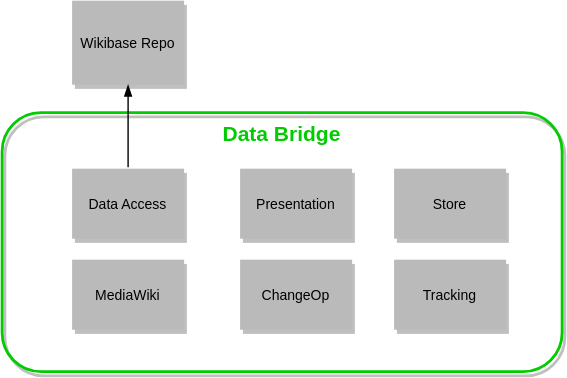
Above: systems/WikibaseClient/diagrams/05-databridge.drawio.svg in wmde/wikidata-wikibase-architecture (draw.io), before the change. Source tidied: cells renumbered, new cells last; positions are measured from the earlier drawing's top-left corner, leaving out a move shared by most shapes. Source of this version:
```xml
<mxGraphModel>
  <root>
    <mxCell id="0" />
    <mxCell id="1" parent="0" />
    <mxCell id="2" value="Data Bridge" style="rounded=1;shadow=1;fontSize=15;fillColor=none;strokeColor=#00CC00;strokeWidth=2;fontColor=#00CC00;fontStyle=1;labelBorderColor=none;labelBackgroundColor=none;horizontal=1;verticalAlign=top;" parent="1" vertex="1">
      <mxGeometry y="80" width="400" height="185" as="geometry" />
    </mxCell>
    <mxCell id="3" value="Data Access" style="rounded=0;shadow=1;fontSize=10;fontColor=#000000;strokeColor=none;direction=west;fillColor=#BABABA;" parent="1" vertex="1">
      <mxGeometry x="50" y="120" width="80" height="50" as="geometry" />
    </mxCell>
    <mxCell id="4" value="Presentation" style="rounded=0;shadow=1;fontSize=10;fontColor=#000000;strokeColor=none;direction=west;fillColor=#BABABA;" parent="1" vertex="1">
      <mxGeometry x="170" y="120" width="80" height="50" as="geometry" />
    </mxCell>
    <mxCell id="5" value="Wikibase Repo" style="rounded=0;shadow=1;fontSize=10;fontColor=#000000;strokeColor=none;direction=west;fillColor=#BABABA;" parent="1" vertex="1">
      <mxGeometry x="50" width="80" height="60" as="geometry" />
    </mxCell>
    <mxCell id="6" style="endArrow=blockThin;html=1;strokeColor=#000000;fontSize=10;fontColor=#000000;strokeWidth=1;endFill=1;entryX=0.5;entryY=0;entryDx=0;entryDy=0;" parent="1" edge="1" target="5">
      <mxGeometry relative="1" as="geometry">
        <mxPoint x="90" y="119" as="sourcePoint" />
      </mxGeometry>
    </mxCell>
    <mxCell id="7" value="Store" style="rounded=0;shadow=1;fontSize=10;fontColor=#000000;strokeColor=none;direction=west;fillColor=#BABABA;" parent="1" vertex="1">
      <mxGeometry x="280" y="120" width="80" height="50" as="geometry" />
    </mxCell>
    <mxCell id="8" value="MediaWiki" style="rounded=0;shadow=1;fontSize=10;fontColor=#000000;strokeColor=none;direction=west;fillColor=#BABABA;" parent="1" vertex="1">
      <mxGeometry x="50" y="185" width="80" height="50" as="geometry" />
    </mxCell>
    <mxCell id="9" value="ChangeOp" style="rounded=0;shadow=1;fontSize=10;fontColor=#000000;strokeColor=none;direction=west;fillColor=#BABABA;" parent="1" vertex="1">
      <mxGeometry x="170" y="185" width="80" height="50" as="geometry" />
    </mxCell>
    <mxCell id="10" value="Tracking" style="rounded=0;shadow=1;fontSize=10;fontColor=#000000;strokeColor=none;direction=west;fillColor=#BABABA;" parent="1" vertex="1">
      <mxGeometry x="280" y="185" width="80" height="50" as="geometry" />
    </mxCell>
  </root>
</mxGraphModel>
```
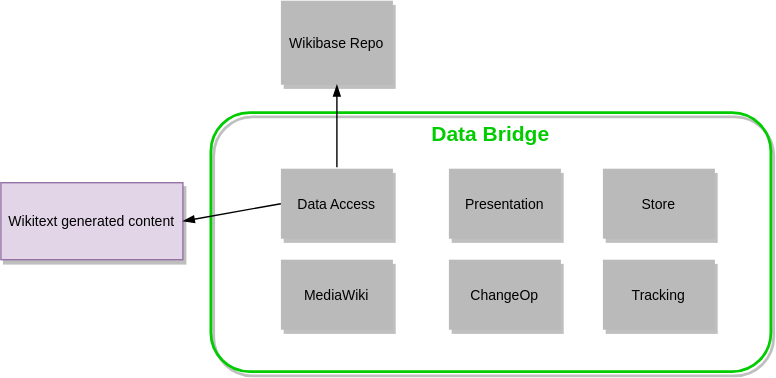
Later version of the same file.

Commit message:
Add Pages & Content black box to Data Bridge

The edit, as a diff of the source:
```diff
@@ -31,5 +31,11 @@
     <mxCell id="10" value="Tracking" style="rounded=0;shadow=1;fontSize=10;fontColor=#000000;strokeColor=none;direction=west;fillColor=#BABABA;" parent="1" vertex="1">
       <mxGeometry x="280" y="185" width="80" height="50" as="geometry" />
     </mxCell>
+    <mxCell id="11" value="Wikitext generated content" style="rounded=0;shadow=1;fontSize=10;strokeColor=#9673a6;direction=west;fillColor=#E1D5E7;" parent="1" vertex="1">
+      <mxGeometry x="-150" y="130" width="130" height="55" as="geometry" />
+    </mxCell>
+    <mxCell id="12" style="endArrow=blockThin;html=1;strokeColor=#000000;fontSize=10;fontColor=#000000;strokeWidth=1;endFill=1;entryX=0;entryY=0.5;entryDx=0;entryDy=0;exitX=1;exitY=0.5;exitDx=0;exitDy=0;" parent="1" edge="1" source="3" target="11">
+      <mxGeometry relative="1" as="geometry" />
+    </mxCell>
   </root>
 </mxGraphModel>
```
